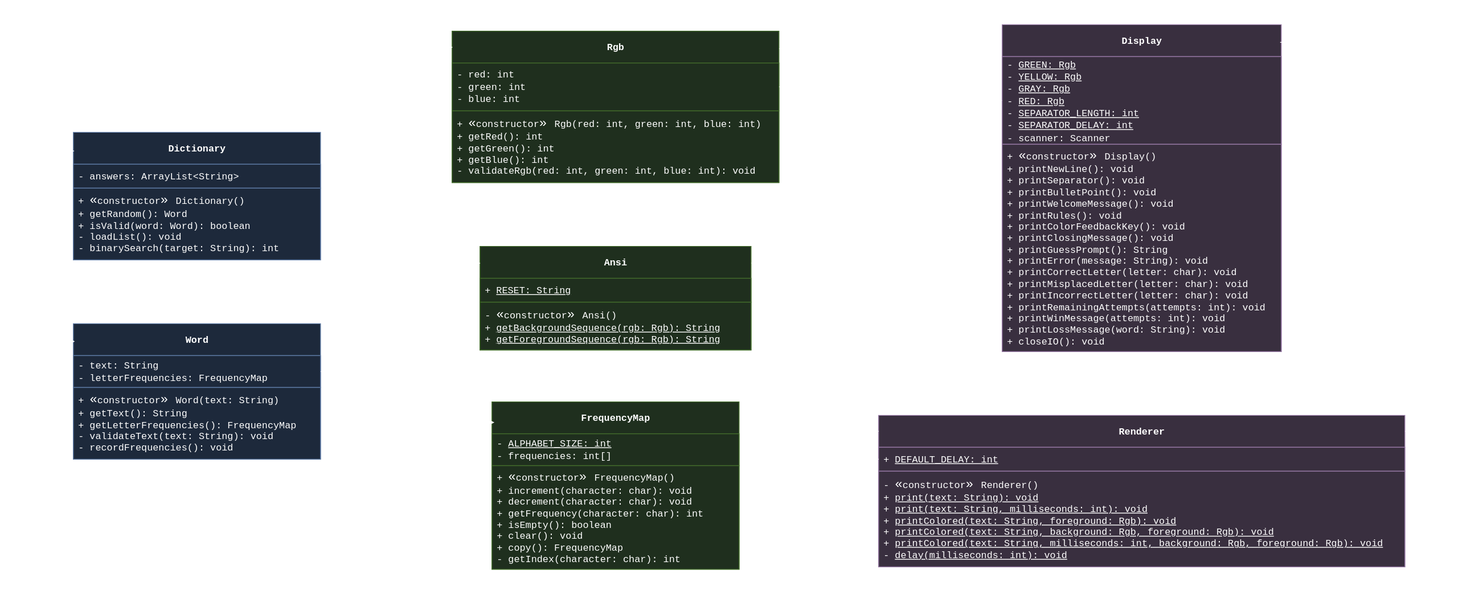
The draw.io diagram assets/class-diagram.svg in actuallyhollow/basic-wordle-java, before a commit. Source tidied: cells renumbered, new cells last; positions are measured from the earlier drawing's top-left corner, leaving out a move shared by most shapes.
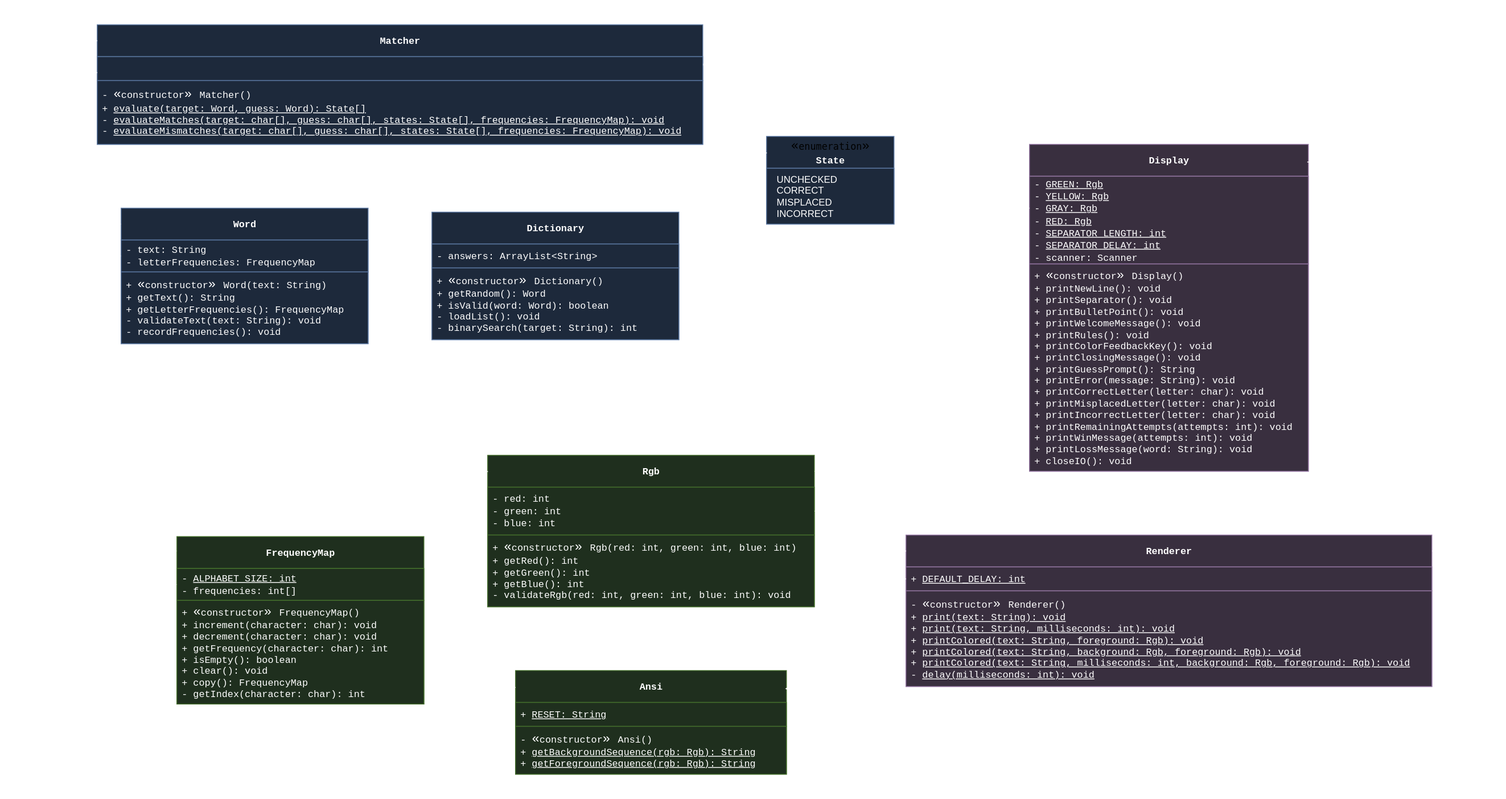
After the commit.

Commit message:
docs(assets): update UML and tree for Matcher

* Update SVG file tree to include Matcher and its test suite.
* Expand UML class diagram to map stateless Matcher and its relations.
* Include Matcher's nested State enumeration following UML conventions.
* Export updated SVG visual assets to document recent additions.

Change to the diagram source:
```diff
@@ -5,3 +5,3 @@
     <mxCell id="2" value="&lt;div&gt;&lt;span style=&quot;background-color: transparent;&quot;&gt;&lt;font style=&quot;&quot; face=&quot;Menlo, Monaco, 'Courier New', monospace&quot;&gt;FrequencyMap&lt;/font&gt;&lt;/span&gt;&lt;/div&gt;" style="swimlane;fontStyle=1;align=center;verticalAlign=middle;horizontal=1;startSize=40;whiteSpace=wrap;html=1;fillColor=#d5e8d4;strokeColor=#82b366;fontColor=light-dark(#000000,#FFFFFF);" parent="1" vertex="1">
-      <mxGeometry x="575" y="473" width="310" height="210" as="geometry" />
+      <mxGeometry x="163" y="513" width="310" height="210" as="geometry" />
     </mxCell>
@@ -14,3 +14,3 @@
     <mxCell id="5" value="&lt;div&gt;&lt;span style=&quot;background-color: transparent;&quot;&gt;&lt;font style=&quot;&quot; face=&quot;Menlo, Monaco, 'Courier New', monospace&quot;&gt;Word&lt;/font&gt;&lt;/span&gt;&lt;/div&gt;" style="swimlane;fontStyle=1;align=center;verticalAlign=middle;horizontal=1;startSize=40;whiteSpace=wrap;html=1;fillColor=#dae8fc;strokeColor=#6c8ebf;" parent="1" vertex="1">
-      <mxGeometry x="50" y="375" width="310" height="170" as="geometry" />
+      <mxGeometry x="93" y="101" width="310" height="170" as="geometry" />
     </mxCell>
@@ -22,7 +22,11 @@
     </mxCell>
-    <mxCell id="8" style="endArrow=open;html=1;endSize=10;startArrow=diamondThin;startSize=15;startFill=1;edgeStyle=elbowEdgeStyle;align=left;verticalAlign=bottom;exitX=1;exitY=0.5;exitDx=0;exitDy=0;entryX=0.01;entryY=0.123;entryDx=0;entryDy=0;entryPerimeter=0;" parent="1" edge="1" source="6" target="2">
-      <mxGeometry x="-1" y="3" relative="1" as="geometry" />
+    <mxCell id="8" style="endArrow=open;html=1;endSize=10;startArrow=diamondThin;startSize=15;startFill=1;align=left;verticalAlign=bottom;exitX=0;exitY=0.5;exitDx=0;exitDy=0;entryX=0;entryY=0.086;entryDx=0;entryDy=0;entryPerimeter=0;edgeStyle=elbowEdgeStyle;" parent="1" edge="1" source="6" target="2">
+      <mxGeometry x="-1" y="3" relative="1" as="geometry">
+        <Array as="points">
+          <mxPoint x="53" y="341" />
+        </Array>
+      </mxGeometry>
     </mxCell>
     <mxCell id="9" value="&lt;div&gt;&lt;span style=&quot;background-color: transparent;&quot;&gt;&lt;font style=&quot;&quot; face=&quot;Menlo, Monaco, 'Courier New', monospace&quot;&gt;Dictionary&lt;/font&gt;&lt;/span&gt;&lt;/div&gt;" style="swimlane;fontStyle=1;align=center;verticalAlign=middle;horizontal=1;startSize=40;whiteSpace=wrap;html=1;fillColor=#dae8fc;strokeColor=#6c8ebf;" parent="1" vertex="1">
-      <mxGeometry x="50" y="135" width="310" height="160" as="geometry" />
+      <mxGeometry x="483" y="106" width="310" height="160" as="geometry" />
     </mxCell>
@@ -35,3 +39,3 @@
     <mxCell id="12" value="&lt;div&gt;&lt;span style=&quot;background-color: transparent;&quot;&gt;&lt;font face=&quot;Menlo, Monaco, 'Courier New', monospace&quot; style=&quot;&quot;&gt;Rgb&lt;/font&gt;&lt;/span&gt;&lt;/div&gt;" style="swimlane;fontStyle=1;align=center;verticalAlign=middle;horizontal=1;startSize=40;whiteSpace=wrap;html=1;fillColor=#d5e8d4;strokeColor=#82b366;fontColor=light-dark(#000000,#FFFFFF);" parent="1" vertex="1">
-      <mxGeometry x="525" y="8" width="410" height="190" as="geometry" />
+      <mxGeometry x="553" y="411" width="410" height="190" as="geometry" />
     </mxCell>
@@ -44,3 +48,3 @@
     <mxCell id="15" value="&lt;div&gt;&lt;span style=&quot;background-color: transparent;&quot;&gt;&lt;font style=&quot;&quot; face=&quot;Menlo, Monaco, 'Courier New', monospace&quot;&gt;Ansi&lt;/font&gt;&lt;/span&gt;&lt;/div&gt;" style="swimlane;fontStyle=1;align=center;verticalAlign=middle;horizontal=1;startSize=40;whiteSpace=wrap;html=1;fillColor=#d5e8d4;strokeColor=#82b366;fontColor=light-dark(#000000,#FFFFFF);" parent="1" vertex="1">
-      <mxGeometry x="560" y="278" width="340" height="130" as="geometry" />
+      <mxGeometry x="588" y="681" width="340" height="130" as="geometry" />
     </mxCell>
@@ -53,3 +57,3 @@
     <mxCell id="18" value="&lt;div&gt;&lt;span style=&quot;background-color: transparent;&quot;&gt;&lt;font style=&quot;&quot; face=&quot;Menlo, Monaco, 'Courier New', monospace&quot;&gt;Renderer&lt;/font&gt;&lt;/span&gt;&lt;/div&gt;" style="swimlane;fontStyle=1;align=center;verticalAlign=middle;horizontal=1;startSize=40;whiteSpace=wrap;html=1;fillColor=#e1d5e7;strokeColor=#9673a6;" parent="1" vertex="1">
-      <mxGeometry x="1060" y="490" width="660" height="190" as="geometry" />
+      <mxGeometry x="1078" y="511" width="660" height="190" as="geometry" />
     </mxCell>
@@ -62,3 +66,3 @@
     <mxCell id="21" value="&lt;div&gt;&lt;span style=&quot;background-color: transparent;&quot;&gt;&lt;font face=&quot;Menlo, Monaco, 'Courier New', monospace&quot; style=&quot;&quot;&gt;Display&lt;/font&gt;&lt;/span&gt;&lt;/div&gt;" style="swimlane;fontStyle=1;align=center;verticalAlign=middle;horizontal=1;startSize=40;whiteSpace=wrap;html=1;fillColor=#e1d5e7;strokeColor=#9673a6;fontColor=light-dark(#000000,#FFFFFF);" parent="1" vertex="1">
-      <mxGeometry x="1215" width="350" height="410" as="geometry" />
+      <mxGeometry x="1233" y="21" width="350" height="410" as="geometry" />
     </mxCell>
@@ -70,7 +74,7 @@
     </mxCell>
-    <mxCell id="24" style="endArrow=open;html=1;endSize=10;startArrow=diamondThin;startSize=15;startFill=1;edgeStyle=orthogonalEdgeStyle;align=left;verticalAlign=bottom;exitX=0;exitY=0.5;exitDx=0;exitDy=0;" parent="1" edge="1" source="22" target="12">
+    <mxCell id="24" style="endArrow=open;html=1;endSize=10;startArrow=diamondThin;startSize=15;startFill=1;edgeStyle=orthogonalEdgeStyle;align=left;verticalAlign=bottom;entryX=1;entryY=0.105;entryDx=0;entryDy=0;entryPerimeter=0;exitX=0.001;exitY=0.363;exitDx=0;exitDy=0;exitPerimeter=0;" parent="1" edge="1" source="22" target="12">
       <mxGeometry x="-1" y="3" relative="1" as="geometry">
         <Array as="points">
-          <mxPoint x="1070" y="95" />
-          <mxPoint x="1070" y="30" />
+          <mxPoint x="1136" y="101" />
+          <mxPoint x="1136" y="431" />
         </Array>
@@ -78,8 +82,4 @@
     </mxCell>
-    <mxCell id="25" style="endArrow=open;html=1;endSize=10;startArrow=none;startSize=15;startFill=0;align=left;verticalAlign=bottom;exitX=0.003;exitY=0.146;exitDx=0;exitDy=0;edgeStyle=elbowEdgeStyle;dashed=1;dashPattern=12 12;entryX=0.006;entryY=0.131;entryDx=0;entryDy=0;entryPerimeter=0;exitPerimeter=0;" parent="1" edge="1" source="9" target="5">
-      <mxGeometry x="-1" y="3" relative="1" as="geometry">
-        <Array as="points">
-          <mxPoint y="280" />
-        </Array>
-      </mxGeometry>
+    <mxCell id="25" style="endArrow=open;html=1;endSize=10;startArrow=none;startSize=15;startFill=0;align=left;verticalAlign=bottom;dashed=1;dashPattern=12 12;entryX=1.005;entryY=0.115;entryDx=0;entryDy=0;entryPerimeter=0;exitX=-0.003;exitY=0.091;exitDx=0;exitDy=0;exitPerimeter=0;" parent="1" edge="1" source="9" target="5">
+      <mxGeometry x="-1" y="3" relative="1" as="geometry" />
     </mxCell>
@@ -88,3 +88,3 @@
         <Array as="points">
-          <mxPoint x="480" y="220" />
+          <mxPoint x="508" y="623" />
         </Array>
@@ -92,6 +92,6 @@
     </mxCell>
-    <mxCell id="27" style="endArrow=open;html=1;endSize=10;startArrow=none;startSize=15;startFill=0;align=left;verticalAlign=bottom;edgeStyle=elbowEdgeStyle;dashed=1;dashPattern=12 12;entryX=1;entryY=0.5;entryDx=0;entryDy=0;exitX=0;exitY=0.105;exitDx=0;exitDy=0;exitPerimeter=0;" parent="1" edge="1" source="18" target="13">
+    <mxCell id="27" style="endArrow=open;html=1;endSize=10;startArrow=none;startSize=15;startFill=0;align=left;verticalAlign=bottom;edgeStyle=elbowEdgeStyle;dashed=1;dashPattern=12 12;exitX=0;exitY=0.105;exitDx=0;exitDy=0;exitPerimeter=0;entryX=1;entryY=0.5;entryDx=0;entryDy=0;" parent="1" edge="1" source="18" target="13">
       <mxGeometry x="-1" y="3" relative="1" as="geometry">
         <Array as="points">
-          <mxPoint x="1000" y="290" />
+          <mxPoint x="1023" y="551" />
         </Array>
@@ -99,7 +99,6 @@
     </mxCell>
-    <mxCell id="28" style="endArrow=open;html=1;endSize=10;startArrow=none;startSize=15;startFill=0;align=left;verticalAlign=bottom;exitX=0;exitY=0.5;exitDx=0;exitDy=0;edgeStyle=elbowEdgeStyle;dashed=1;dashPattern=12 12;" parent="1" edge="1" source="19">
+    <mxCell id="28" style="endArrow=open;html=1;endSize=10;startArrow=none;startSize=15;startFill=0;align=left;verticalAlign=bottom;exitX=0;exitY=0.5;exitDx=0;exitDy=0;edgeStyle=elbowEdgeStyle;dashed=1;dashPattern=12 12;entryX=0.995;entryY=0.175;entryDx=0;entryDy=0;entryPerimeter=0;" parent="1" edge="1" source="19" target="15">
       <mxGeometry x="-1" y="3" relative="1" as="geometry">
-        <mxPoint x="900" y="299" as="targetPoint" />
         <Array as="points">
-          <mxPoint x="950" y="420" />
+          <mxPoint x="1003" y="681" />
         </Array>
@@ -110,6 +109,6 @@
         <Array as="points">
-          <mxPoint x="1620" y="22" />
-          <mxPoint x="1620" y="440" />
-          <mxPoint x="1770" y="440" />
-          <mxPoint x="1770" y="510" />
+          <mxPoint x="1638" y="43" />
+          <mxPoint x="1638" y="446" />
+          <mxPoint x="1788" y="446" />
+          <mxPoint x="1788" y="531" />
         </Array>
@@ -117,2 +116,49 @@
     </mxCell>
+    <mxCell id="30" value="&lt;div&gt;&lt;span style=&quot;background-color: transparent;&quot;&gt;&lt;font face=&quot;Menlo, Monaco, 'Courier New', monospace&quot; style=&quot;&quot;&gt;Matcher&lt;/font&gt;&lt;/span&gt;&lt;/div&gt;" style="swimlane;fontStyle=1;align=center;verticalAlign=middle;horizontal=1;startSize=40;whiteSpace=wrap;html=1;fillColor=#dae8fc;strokeColor=#6c8ebf;fontColor=default;" parent="1" vertex="1">
+      <mxGeometry x="63" y="-129" width="760" height="150" as="geometry" />
+    </mxCell>
+    <mxCell id="31" value="&lt;div style=&quot;scrollbar-color: rgb(75, 75, 75) rgb(27, 29, 30); font-family: Menlo, Monaco, &amp;quot;'Courier New'&amp;quot;, &amp;quot;monospace&amp;quot;;&quot;&gt;&lt;br&gt;&lt;/div&gt;" style="text;align=left;verticalAlign=middle;spacingLeft=4;spacingRight=4;overflow=hidden;points=[[0,0.5],[1,0.5]];portConstraint=eastwest;whiteSpace=wrap;html=1;fillColor=#dae8fc;strokeColor=#6c8ebf;fontColor=default;" parent="30" vertex="1">
+      <mxGeometry y="40" width="760" height="30" as="geometry" />
+    </mxCell>
+    <mxCell id="32" value="&lt;div&gt;-&amp;nbsp;&lt;span style=&quot;background-color: transparent; scrollbar-color: rgb(75, 75, 75) rgb(27, 29, 30); font-size: medium; caret-color: rgb(0, 0, 0);&quot;&gt;«&lt;/span&gt;&lt;span style=&quot;background-color: transparent; scrollbar-color: rgb(75, 75, 75) rgb(27, 29, 30); text-align: center;&quot;&gt;constructor&lt;/span&gt;&lt;span style=&quot;background-color: transparent; scrollbar-color: rgb(75, 75, 75) rgb(27, 29, 30); font-size: medium; caret-color: rgb(0, 0, 0);&quot;&gt;&lt;font face=&quot;Menlo, Monaco, 'Courier New', monospace&quot;&gt;»&amp;nbsp;&lt;/font&gt;&lt;/span&gt;&lt;span style=&quot;background-color: transparent;&quot;&gt;Matcher()&lt;/span&gt;&lt;/div&gt;&lt;div&gt;&lt;span style=&quot;background-color: transparent;&quot;&gt;+ &lt;u&gt;evaluate(target: Word, guess: Word): State[]&lt;/u&gt;&lt;/span&gt;&lt;/div&gt;&lt;div&gt;&lt;span style=&quot;background-color: transparent;&quot;&gt;- &lt;u&gt;evaluateMatches(target: char[], guess: char[], states: State[], frequencies: FrequencyMap): void&lt;/u&gt;&lt;/span&gt;&lt;/div&gt;&lt;div&gt;&lt;div style=&quot;scrollbar-color: rgb(75, 75, 75) rgb(27, 29, 30);&quot;&gt;&lt;span style=&quot;scrollbar-color: rgb(75, 75, 75) rgb(27, 29, 30); background-color: transparent;&quot;&gt;- &lt;u&gt;evaluateMismatches(target: char[], guess: char[], states: State[], frequencies: FrequencyMap): void&lt;/u&gt;&lt;/span&gt;&lt;/div&gt;&lt;/div&gt;" style="text;align=left;verticalAlign=middle;spacingLeft=4;spacingRight=4;overflow=hidden;whiteSpace=wrap;html=1;fontFamily=Menlo, Monaco, 'Courier New', monospace;fillColor=#dae8fc;strokeColor=#6c8ebf;fontColor=default;" parent="30" vertex="1">
+      <mxGeometry y="70" width="760" height="80" as="geometry" />
+    </mxCell>
+    <mxCell id="33" value="&lt;div&gt;&lt;font style=&quot;color: light-dark(rgb(0, 0, 0), rgb(255, 255, 255));&quot;&gt;&lt;span style=&quot;background-color: transparent; scrollbar-color: rgb(75, 75, 75) rgb(27, 29, 30); font-family: Menlo, Monaco, &amp;quot;'Courier New'&amp;quot;, &amp;quot;monospace&amp;quot;; font-weight: 400; text-align: left; font-size: medium; caret-color: rgb(0, 0, 0);&quot;&gt;«&lt;/span&gt;&lt;span style=&quot;background-color: transparent; scrollbar-color: rgb(75, 75, 75) rgb(27, 29, 30); font-family: Menlo, Monaco, &amp;quot;'Courier New'&amp;quot;, &amp;quot;monospace&amp;quot;; font-weight: 400;&quot;&gt;enumeration&lt;/span&gt;&lt;span style=&quot;background-color: transparent; scrollbar-color: rgb(75, 75, 75) rgb(27, 29, 30); font-family: Menlo, Monaco, &amp;quot;'Courier New'&amp;quot;, &amp;quot;monospace&amp;quot;; font-weight: 400; text-align: left; font-size: medium; caret-color: rgb(0, 0, 0);&quot;&gt;&lt;font style=&quot;scrollbar-color: rgb(75, 75, 75) rgb(27, 29, 30);&quot; face=&quot;Menlo, Monaco, 'Courier New', monospace&quot;&gt;»&lt;/font&gt;&lt;/span&gt;&lt;/font&gt;&lt;/div&gt;&lt;div&gt;&lt;span style=&quot;background-color: transparent; font-family: Menlo, Monaco, &amp;quot;Courier New&amp;quot;, monospace;&quot;&gt;State&lt;/span&gt;&lt;/div&gt;" style="swimlane;fontStyle=1;align=center;verticalAlign=middle;horizontal=1;startSize=40;whiteSpace=wrap;html=1;fillColor=#dae8fc;strokeColor=#6c8ebf;" parent="1" vertex="1">
+      <mxGeometry x="903" y="11" width="160" height="110" as="geometry" />
+    </mxCell>
+    <mxCell id="34" value="&lt;div&gt;&amp;nbsp; UNCHECKED&lt;/div&gt;&lt;div&gt;&amp;nbsp; CORRECT&lt;/div&gt;&lt;div&gt;&amp;nbsp; MISPLACED&lt;/div&gt;&lt;div&gt;&amp;nbsp; INCORRECT&lt;/div&gt;" style="text;align=left;verticalAlign=middle;spacingLeft=4;spacingRight=4;overflow=hidden;whiteSpace=wrap;html=1;fillColor=#dae8fc;strokeColor=#6c8ebf;" parent="33" vertex="1">
+      <mxGeometry y="40" width="160" height="70" as="geometry" />
+    </mxCell>
+    <mxCell id="35" style="edgeStyle=none;html=1;exitX=1;exitY=0.5;exitDx=0;exitDy=0;" parent="33" edge="1">
+      <mxGeometry relative="1" as="geometry">
+        <mxPoint x="160" y="-50" as="sourcePoint" />
+        <mxPoint x="160" y="-50" as="targetPoint" />
+      </mxGeometry>
+    </mxCell>
+    <mxCell id="36" style="endArrow=open;html=1;endSize=10;startArrow=none;startSize=15;startFill=0;align=left;verticalAlign=bottom;dashed=1;dashPattern=12 12;exitX=-0.003;exitY=0.091;exitDx=0;exitDy=0;exitPerimeter=0;entryX=0;entryY=0.5;entryDx=0;entryDy=0;" parent="1" edge="1" target="3">
+      <mxGeometry x="-1" y="3" relative="1" as="geometry">
+        <mxPoint x="63" y="-109" as="sourcePoint" />
+        <Array as="points">
+          <mxPoint x="-17" y="-109" />
+          <mxPoint x="-17" y="573" />
+        </Array>
+      </mxGeometry>
+    </mxCell>
+    <mxCell id="37" style="endArrow=open;html=1;endSize=10;startArrow=none;startSize=15;startFill=0;align=left;verticalAlign=bottom;dashed=1;dashPattern=12 12;exitX=-0.003;exitY=0.091;exitDx=0;exitDy=0;exitPerimeter=0;entryX=0;entryY=0.118;entryDx=0;entryDy=0;entryPerimeter=0;" parent="1" edge="1" target="5">
+      <mxGeometry x="-1" y="3" relative="1" as="geometry">
+        <mxPoint x="63" y="-69" as="sourcePoint" />
+        <Array as="points">
+          <mxPoint x="23" y="-69" />
+          <mxPoint x="23" y="121" />
+        </Array>
+      </mxGeometry>
+    </mxCell>
+    <mxCell id="38" style="endArrow=open;html=1;endSize=10;startArrow=circlePlus;startSize=5;startFill=0;align=left;verticalAlign=bottom;exitX=1;exitY=0.333;exitDx=0;exitDy=0;exitPerimeter=0;entryX=0.005;entryY=0.189;entryDx=0;entryDy=0;entryPerimeter=0;" parent="1" edge="1" source="31" target="33">
+      <mxGeometry x="-1" y="3" relative="1" as="geometry">
+        <Array as="points">
+          <mxPoint x="863" y="-79" />
+          <mxPoint x="863" y="32" />
+        </Array>
+      </mxGeometry>
+    </mxCell>
   </root>
```
